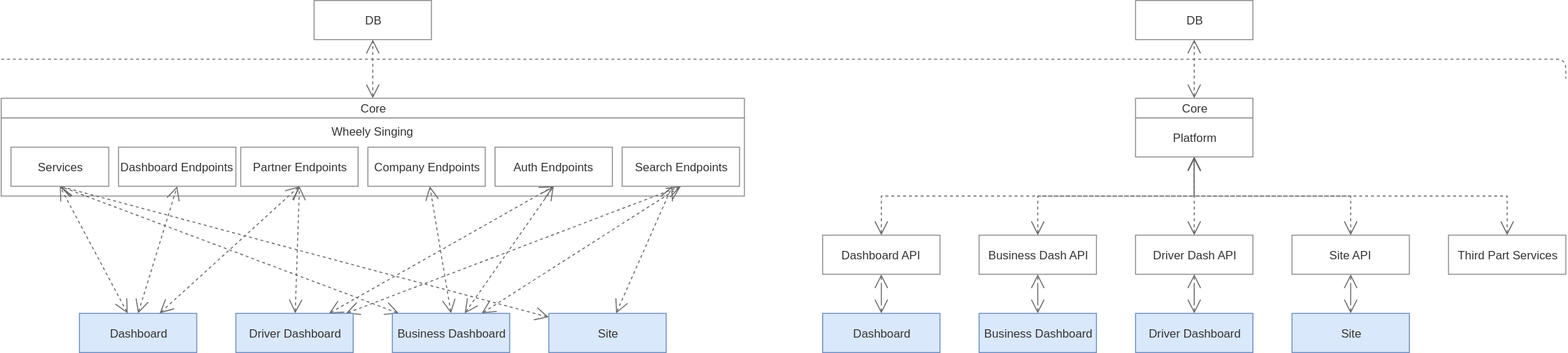
The draw.io diagram api-schema.svg in ajile/draw-io, before a commit. Source tidied: cells renumbered, new cells last; positions are measured from the earlier drawing's top-left corner, leaving out a move shared by most shapes.
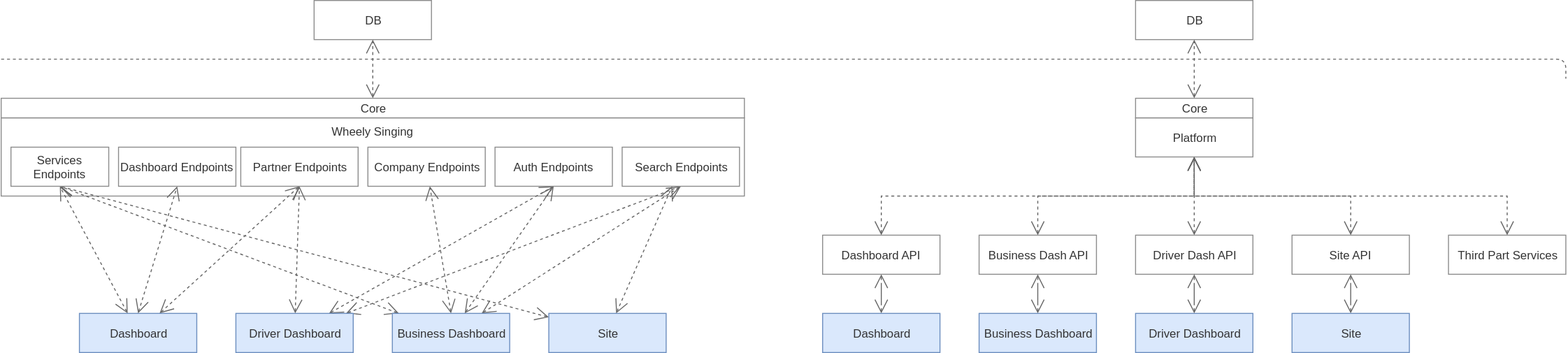
The same diagram one commit later.

The edit, as a diff of the source:
```diff
@@ -152,7 +152,7 @@
     <mxCell id="50" value="Dashboard Endpoints" style="rounded=0;whiteSpace=wrap;html=1;strokeColor=#8C8C8C;fontSize=12;fontColor=#333333;align=center;" parent="1" vertex="1">
       <mxGeometry x="120" y="150" width="120" height="40" as="geometry" />
     </mxCell>
-    <mxCell id="51" value="Services" style="rounded=0;whiteSpace=wrap;html=1;strokeColor=#8C8C8C;fontSize=12;fontColor=#333333;align=center;" parent="1" vertex="1">
+    <mxCell id="51" value="Services Endpoints" style="rounded=0;whiteSpace=wrap;html=1;strokeColor=#8C8C8C;fontSize=12;fontColor=#333333;align=center;" parent="1" vertex="1">
       <mxGeometry x="10" y="150" width="100" height="40" as="geometry" />
     </mxCell>
   </root>
```
